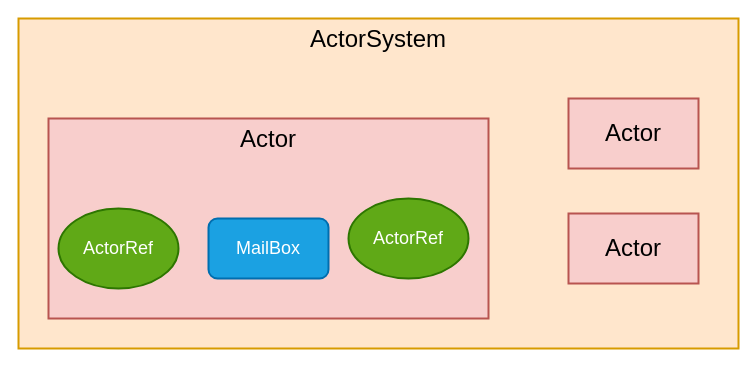
The draw.io diagram Flink.drawio in starzy1990/diagrams, before the edit. Source tidied: cells renumbered, new cells numbered last; positions are measured from the earlier drawing's top-left corner, leaving out a move shared by most shapes. Both pictures are drawn from the tidied source at 100%, with x=0, y=0 at pixel (18, 18).
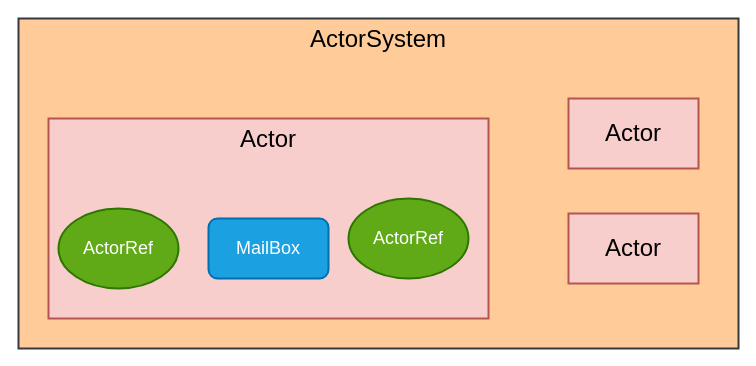
Above is the later version.

Diff of the diagram source:
```diff
@@
 <mxGraphModel>
   <root>
     <mxCell id="0" />
     <mxCell id="1" parent="0" />
-    <mxCell id="2" value="ActorSystem" style="rounded=0;whiteSpace=wrap;html=1;strokeWidth=2;fillColor=#ffe6cc;strokeColor=#d79b00;verticalAlign=top;fontSize=24;" parent="1" vertex="1">
+    <mxCell id="2" value="ActorSystem" style="rounded=0;whiteSpace=wrap;html=1;strokeWidth=2;fillColor=#ffcc99;strokeColor=#36393d;verticalAlign=top;fontSize=24;" parent="1" vertex="1">
       <mxGeometry width="720" height="330" as="geometry" />
     </mxCell>
     <mxCell id="3" value="Actor" style="rounded=0;whiteSpace=wrap;html=1;fontSize=24;strokeWidth=2;fillColor=#f8cecc;strokeColor=#b85450;verticalAlign=top;" parent="1" vertex="1">
       <mxGeometry x="30" y="100" width="440" height="200" as="geometry" />
     </mxCell>
     <mxCell id="4" value="ActorRef" style="ellipse;whiteSpace=wrap;html=1;fontSize=18;strokeWidth=2;fillColor=#60a917;fontColor=#ffffff;strokeColor=#2D7600;" parent="1" vertex="1">
       <mxGeometry x="40" y="190" width="120" height="80" as="geometry" />
     </mxCell>
     <mxCell id="5" value="MailBox" style="rounded=1;whiteSpace=wrap;html=1;fontSize=18;strokeWidth=2;fillColor=#1ba1e2;fontColor=#ffffff;strokeColor=#006EAF;" parent="1" vertex="1">
       <mxGeometry x="190" y="200" width="120" height="60" as="geometry" />
     </mxCell>
     <mxCell id="6" value="ActorRef" style="ellipse;whiteSpace=wrap;html=1;fontSize=18;strokeWidth=2;fillColor=#60a917;fontColor=#ffffff;strokeColor=#2D7600;" parent="1" vertex="1">
       <mxGeometry x="330" y="180" width="120" height="80" as="geometry" />
     </mxCell>
     <mxCell id="7" value="Actor" style="rounded=0;whiteSpace=wrap;html=1;fontSize=24;strokeWidth=2;fillColor=#f8cecc;strokeColor=#b85450;" parent="1" vertex="1">
       <mxGeometry x="550" y="80" width="130" height="70" as="geometry" />
     </mxCell>
     <mxCell id="8" value="Actor" style="rounded=0;whiteSpace=wrap;html=1;fontSize=24;strokeWidth=2;fillColor=#f8cecc;strokeColor=#b85450;" parent="1" vertex="1">
       <mxGeometry x="550" y="195" width="130" height="70" as="geometry" />
     </mxCell>
   </root>
 </mxGraphModel>
```
